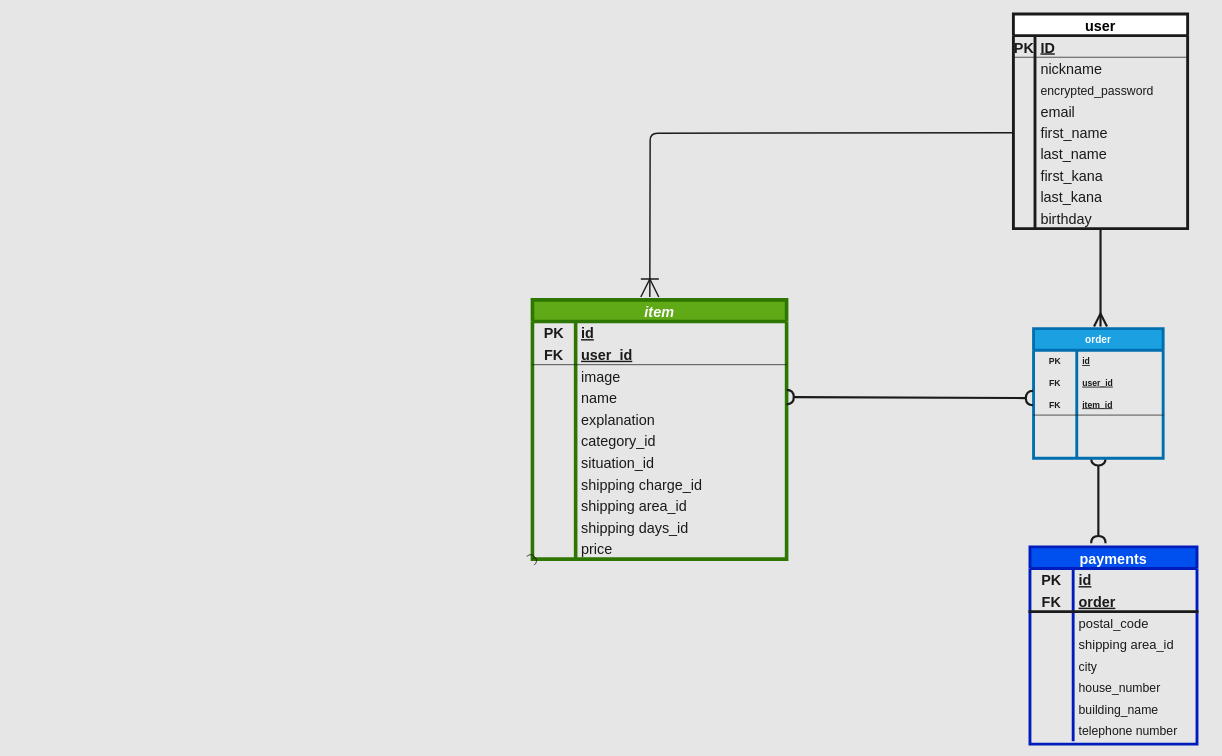
This is page "ページ1" (1 of 2) of furima.dio from mugiwararf/furima-38928, a draw.io file, before an edit. Source tidied: cells renumbered, new cells numbered last; positions are measured from the earlier drawing's top-left corner, leaving out a move shared by most shapes. Both pictures are drawn from the tidied source at 72%, with x=0, y=0 at pixel (532, 14).
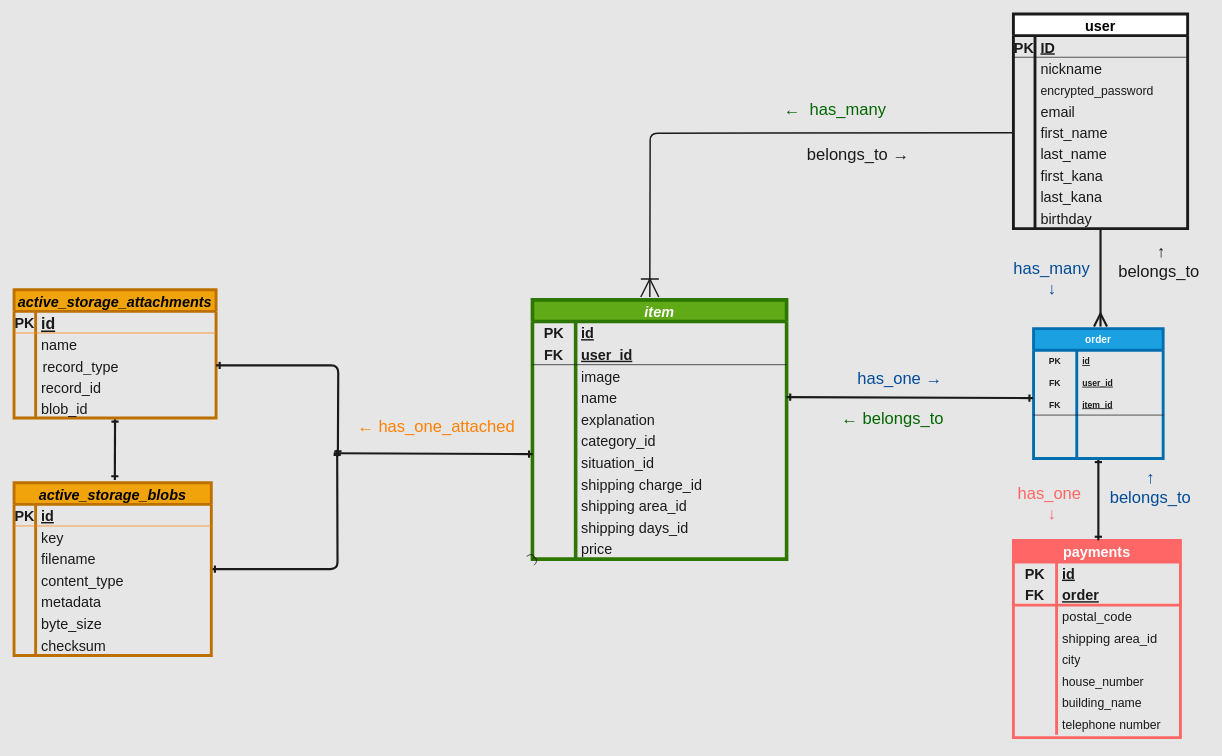
After the change.

Unchanged cells that the change refers to:
```xml
<mxCell id="41" style="shape=tableRow;horizontal=0;startSize=0;swimlaneHead=0;swimlaneBody=0;fillColor=none;points=[[0,0.5],[1,0.5]];portConstraint=eastwest;top=0;left=0;right=0;bottom=0;fontSize=20;" parent="31" vertex="1">
  <mxGeometry y="120" width="353" height="30" as="geometry" />
</mxCell>
<mxCell id="50" style="shape=tableRow;horizontal=0;startSize=0;swimlaneHead=0;swimlaneBody=0;fillColor=none;points=[[0,0.5],[1,0.5]];portConstraint=eastwest;top=0;left=0;right=0;bottom=0;fontSize=20;" parent="31" vertex="1">
  <mxGeometry y="210" width="353" height="30" as="geometry" />
</mxCell>
<mxCell id="100" style="shape=tableRow;horizontal=0;startSize=0;swimlaneHead=0;swimlaneBody=0;fillColor=none;points=[[0,0.5],[1,0.5]];portConstraint=eastwest;top=0;left=0;right=0;bottom=1;strokeColor=#1A1A1A;" parent="93" vertex="1">
  <mxGeometry y="90" width="180" height="30" as="geometry" />
</mxCell>
```

What changed in the source:
```diff
@@
-    <mxCell id="67" value="payments" style="shape=table;startSize=30;childLayout=tableLayout;rowLines=0;fontStyle=1;align=center;labelBackgroundColor=none;strokeColor=#001DBC;strokeWidth=4;fontSize=20;fontColor=#ffffff;fillColor=#0050ef;" parent="1" vertex="1">
-      <mxGeometry x="691" y="740" width="232" height="274" as="geometry" />
+    <mxCell id="67" value="payments" style="shape=table;startSize=30;childLayout=tableLayout;rowLines=0;fontStyle=1;align=center;labelBackgroundColor=none;strokeColor=#FF6666;strokeWidth=4;fontSize=20;fontColor=#ffffff;fillColor=#FF6666;" parent="1" vertex="1">
+      <mxGeometry x="668" y="731" width="232" height="274" as="geometry" />
     </mxCell>
@@
-    <mxCell id="71" style="shape=tableRow;horizontal=0;startSize=0;swimlaneHead=0;swimlaneBody=0;fillColor=none;top=0;left=0;right=0;bottom=1;labelBackgroundColor=none;strokeColor=#1A1A1A;strokeWidth=4;fontSize=20;fontColor=#1A1A1A;" parent="67" vertex="1">
+    <mxCell id="71" style="shape=tableRow;horizontal=0;startSize=0;swimlaneHead=0;swimlaneBody=0;fillColor=none;top=0;left=0;right=0;bottom=1;labelBackgroundColor=none;strokeColor=#FF6666;strokeWidth=4;fontSize=20;fontColor=#1A1A1A;" parent="67" vertex="1">
       <mxGeometry y="60" width="232" height="30" as="geometry" />
     </mxCell>
@@
-    <mxCell id="92" style="html=1;exitX=0.5;exitY=1;exitDx=0;exitDy=0;strokeColor=#1A1A1A;strokeWidth=3;fontSize=14;fontColor=#1A1A1A;endArrow=halfCircle;endFill=0;endSize=6;startArrow=halfCircle;startFill=0;startSize=6;" parent="1" edge="1" source="93">
-      <mxGeometry relative="1" as="geometry">
-        <mxPoint x="786" y="735" as="targetPoint" />
-      </mxGeometry>
-    </mxCell>
+    <mxCell id="110" style="edgeStyle=none;html=1;exitX=0.5;exitY=1;exitDx=0;exitDy=0;labelBorderColor=none;strokeColor=#1A1A1A;strokeWidth=3;fontSize=23;fontColor=#FF6666;startArrow=ERone;startFill=0;endArrow=ERone;endFill=0;elbow=vertical;" parent="1" edge="1" source="93">
+      <mxGeometry relative="1" as="geometry">
+        <mxPoint x="786" y="731" as="targetPoint" />
+      </mxGeometry>
+    </mxCell>
     <mxCell id="93" value="order" style="shape=table;startSize=30;childLayout=tableLayout;rowLines=0;fontStyle=1;align=center;fillColor=#1ba1e2;fontColor=#ffffff;strokeColor=#006EAF;strokeWidth=4;spacing=3;fontSize=14;" parent="1" vertex="1">
-      <mxGeometry x="696" y="437" width="180" height="180" as="geometry" />
+      <mxGeometry x="696" y="437" width="180" height="180.3" as="geometry" />
     </mxCell>
@@
-    <mxCell id="109" style="edgeStyle=none;html=1;exitX=1;exitY=0.5;exitDx=0;exitDy=0;entryX=-0.004;entryY=0.213;entryDx=0;entryDy=0;entryPerimeter=0;endArrow=halfCircle;endFill=0;endSize=6;strokeColor=#1A1A1A;targetPerimeterSpacing=6;strokeWidth=3;startArrow=halfCircle;startFill=0;" parent="1" edge="1" source="41" target="100">
+    <mxCell id="109" style="edgeStyle=none;html=1;exitX=1;exitY=0.5;exitDx=0;exitDy=0;entryX=-0.004;entryY=0.213;entryDx=0;entryDy=0;entryPerimeter=0;endArrow=ERone;endFill=0;endSize=6;strokeColor=#1A1A1A;targetPerimeterSpacing=6;strokeWidth=3;startArrow=ERone;startFill=0;" parent="1" edge="1" source="41" target="100">
       <mxGeometry relative="1" as="geometry" />
     </mxCell>
+    <mxCell id="111" style="edgeStyle=orthogonalEdgeStyle;html=1;exitX=1;exitY=0.5;exitDx=0;exitDy=0;labelBorderColor=none;strokeColor=#1A1A1A;strokeWidth=3;fontSize=23;fontColor=#004C99;startArrow=ERone;startFill=0;endArrow=ERone;endFill=0;elbow=vertical;" parent="1" edge="1" source="112">
+      <mxGeometry relative="1" as="geometry">
+        <mxPoint x="-271.2" y="607.4" as="targetPoint" />
+      </mxGeometry>
+    </mxCell>
+    <mxCell id="112" value="active_storage_blobs" style="shape=table;startSize=30;childLayout=tableLayout;rowLines=0;fontStyle=3;align=center;fontSize=20;fontColor=#000000;fillColor=#f0a30a;strokeColor=#BD7000;strokeWidth=4;" parent="1" vertex="1">
+      <mxGeometry x="-720" y="651" width="274" height="240" as="geometry" />
+    </mxCell>
+    <mxCell id="113" style="shape=tableRow;horizontal=0;startSize=0;swimlaneHead=0;swimlaneBody=0;fillColor=none;top=0;left=0;right=0;bottom=1;strokeColor=#FF8000;" parent="112" vertex="1">
+      <mxGeometry y="30" width="274" height="30" as="geometry" />
+    </mxCell>
+    <mxCell id="114" value="PK" style="shape=partialRectangle;fillColor=none;top=0;left=0;bottom=0;right=0;fontStyle=1;overflow=hidden;fontColor=#1A1A1A;fontSize=20;" parent="113" vertex="1">
+      <mxGeometry width="30" height="30" as="geometry" />
+    </mxCell>
+    <mxCell id="115" value="id" style="shape=partialRectangle;fillColor=none;top=0;left=0;bottom=0;right=0;align=left;spacingLeft=6;fontStyle=5;overflow=hidden;fontColor=#1A1A1A;fontSize=20;" parent="113" vertex="1">
+      <mxGeometry x="30" width="244" height="30" as="geometry" />
+    </mxCell>
+    <mxCell id="116" style="shape=tableRow;horizontal=0;startSize=0;swimlaneHead=0;swimlaneBody=0;fillColor=none;top=0;left=0;right=0;bottom=0;" parent="112" vertex="1">
+      <mxGeometry y="60" width="274" height="30" as="geometry" />
+    </mxCell>
+    <mxCell id="117" style="shape=partialRectangle;fillColor=none;top=0;left=0;bottom=0;right=0;overflow=hidden;" parent="116" vertex="1">
+      <mxGeometry width="30" height="30" as="geometry" />
+    </mxCell>
+    <mxCell id="118" value="key" style="shape=partialRectangle;fillColor=none;top=0;left=0;bottom=0;right=0;align=left;spacingLeft=6;overflow=hidden;fontColor=#1A1A1A;fontSize=20;" parent="116" vertex="1">
+      <mxGeometry x="30" width="244" height="30" as="geometry" />
+    </mxCell>
+    <mxCell id="119" style="shape=tableRow;horizontal=0;startSize=0;swimlaneHead=0;swimlaneBody=0;fillColor=none;top=0;left=0;right=0;bottom=0;" parent="112" vertex="1">
+      <mxGeometry y="90" width="274" height="30" as="geometry" />
+    </mxCell>
+    <mxCell id="120" style="shape=partialRectangle;fillColor=none;top=0;left=0;bottom=0;right=0;overflow=hidden;" parent="119" vertex="1">
+      <mxGeometry width="30" height="30" as="geometry" />
+    </mxCell>
+    <mxCell id="121" value="filename" style="shape=partialRectangle;fillColor=none;top=0;left=0;bottom=0;right=0;align=left;spacingLeft=6;overflow=hidden;fontColor=#1A1A1A;fontSize=20;" parent="119" vertex="1">
+      <mxGeometry x="30" width="244" height="30" as="geometry" />
+    </mxCell>
+    <mxCell id="122" style="shape=tableRow;horizontal=0;startSize=0;swimlaneHead=0;swimlaneBody=0;fillColor=none;top=0;left=0;right=0;bottom=0;" parent="112" vertex="1">
+      <mxGeometry y="120" width="274" height="30" as="geometry" />
+    </mxCell>
+    <mxCell id="123" style="shape=partialRectangle;fillColor=none;top=0;left=0;bottom=0;right=0;overflow=hidden;" parent="122" vertex="1">
+      <mxGeometry width="30" height="30" as="geometry" />
+    </mxCell>
+    <mxCell id="124" value="content_type" style="shape=partialRectangle;fillColor=none;top=0;left=0;bottom=0;right=0;align=left;spacingLeft=6;overflow=hidden;fontColor=#1A1A1A;fontSize=20;" parent="122" vertex="1">
+      <mxGeometry x="30" width="244" height="30" as="geometry" />
+    </mxCell>
+    <mxCell id="125" style="shape=tableRow;horizontal=0;startSize=0;swimlaneHead=0;swimlaneBody=0;fillColor=none;top=0;left=0;right=0;bottom=0;labelBackgroundColor=default;strokeColor=#FF8000;strokeWidth=4;fontSize=17;fontColor=#1A1A1A;" parent="112" vertex="1">
+      <mxGeometry y="150" width="274" height="30" as="geometry" />
+    </mxCell>
+    <mxCell id="126" style="shape=partialRectangle;fillColor=none;top=0;left=0;bottom=0;right=0;overflow=hidden;labelBackgroundColor=default;strokeColor=#FF8000;strokeWidth=4;fontSize=17;fontColor=#1A1A1A;" parent="125" vertex="1">
+      <mxGeometry width="30" height="30" as="geometry" />
+    </mxCell>
+    <mxCell id="127" value="metadata" style="shape=partialRectangle;fillColor=none;top=0;left=0;bottom=0;right=0;align=left;spacingLeft=6;overflow=hidden;labelBackgroundColor=none;strokeColor=#FF8000;strokeWidth=4;fontSize=20;fontColor=#1A1A1A;whiteSpace=wrap;" parent="125" vertex="1">
+      <mxGeometry x="30" width="244" height="30" as="geometry" />
+    </mxCell>
+    <mxCell id="128" style="shape=tableRow;horizontal=0;startSize=0;swimlaneHead=0;swimlaneBody=0;fillColor=none;top=0;left=0;right=0;bottom=0;labelBackgroundColor=default;strokeColor=#FF8000;strokeWidth=4;fontSize=17;fontColor=#1A1A1A;" parent="112" vertex="1">
+      <mxGeometry y="180" width="274" height="30" as="geometry" />
+    </mxCell>
+    <mxCell id="129" style="shape=partialRectangle;fillColor=none;top=0;left=0;bottom=0;right=0;overflow=hidden;labelBackgroundColor=default;strokeColor=#FF8000;strokeWidth=4;fontSize=17;fontColor=#1A1A1A;" parent="128" vertex="1">
+      <mxGeometry width="30" height="30" as="geometry" />
+    </mxCell>
+    <mxCell id="130" value="byte_size" style="shape=partialRectangle;fillColor=none;top=0;left=0;bottom=0;right=0;align=left;spacingLeft=6;overflow=hidden;labelBackgroundColor=none;strokeColor=#FF8000;strokeWidth=4;fontSize=20;fontColor=#1A1A1A;" parent="128" vertex="1">
+      <mxGeometry x="30" width="244" height="30" as="geometry" />
+    </mxCell>
+    <mxCell id="131" style="shape=tableRow;horizontal=0;startSize=0;swimlaneHead=0;swimlaneBody=0;fillColor=none;top=0;left=0;right=0;bottom=0;labelBackgroundColor=none;strokeColor=#FF8000;strokeWidth=4;fontSize=17;fontColor=#1A1A1A;" parent="112" vertex="1">
+      <mxGeometry y="210" width="274" height="30" as="geometry" />
+    </mxCell>
+    <mxCell id="132" style="shape=partialRectangle;fillColor=none;top=0;left=0;bottom=0;right=0;overflow=hidden;labelBackgroundColor=none;strokeColor=#FF8000;strokeWidth=4;fontSize=17;fontColor=#1A1A1A;" parent="131" vertex="1">
+      <mxGeometry width="30" height="30" as="geometry" />
+    </mxCell>
+    <mxCell id="133" value="checksum" style="shape=partialRectangle;fillColor=none;top=0;left=0;bottom=0;right=0;align=left;spacingLeft=6;overflow=hidden;labelBackgroundColor=none;strokeColor=#FF8000;strokeWidth=4;fontSize=20;fontColor=#1A1A1A;" parent="131" vertex="1">
+      <mxGeometry x="30" width="244" height="30" as="geometry" />
+    </mxCell>
+    <mxCell id="134" style="edgeStyle=none;html=1;exitX=0.5;exitY=1;exitDx=0;exitDy=0;labelBorderColor=none;strokeColor=#1A1A1A;strokeWidth=3;fontSize=23;fontColor=#004C99;startArrow=ERone;startFill=0;endArrow=ERone;endFill=0;elbow=vertical;" parent="1" edge="1" source="135">
+      <mxGeometry relative="1" as="geometry">
+        <mxPoint x="-580" y="647" as="targetPoint" />
+      </mxGeometry>
+    </mxCell>
+    <mxCell id="135" value="active_storage_attachments" style="shape=table;startSize=30;childLayout=tableLayout;rowLines=0;fontStyle=3;align=center;fillColor=#f0a30a;fontColor=#000000;strokeColor=#BD7000;strokeWidth=4;fontSize=20;" parent="1" vertex="1">
+      <mxGeometry x="-720" y="383" width="280.6" height="178" as="geometry" />
+    </mxCell>
+    <mxCell id="136" style="shape=tableRow;horizontal=0;startSize=0;swimlaneHead=0;swimlaneBody=0;fillColor=none;top=0;left=0;right=0;bottom=1;strokeColor=#FF8000;" parent="135" vertex="1">
+      <mxGeometry y="30" width="280.6" height="30" as="geometry" />
+    </mxCell>
+    <mxCell id="137" value="PK" style="shape=partialRectangle;fillColor=none;top=0;left=0;bottom=0;right=0;fontStyle=1;overflow=hidden;strokeColor=#1A1A1A;fontColor=#1A1A1A;fontSize=20;" parent="136" vertex="1">
+      <mxGeometry width="30" height="30" as="geometry" />
+    </mxCell>
+    <mxCell id="138" value="id" style="shape=partialRectangle;fillColor=none;top=0;left=0;bottom=0;right=0;align=left;spacingLeft=6;fontStyle=5;overflow=hidden;fontColor=#1A1A1A;strokeColor=#FF8000;fontSize=22;" parent="136" vertex="1">
+      <mxGeometry x="30" width="250.6" height="30" as="geometry" />
+    </mxCell>
+    <mxCell id="139" style="shape=tableRow;horizontal=0;startSize=0;swimlaneHead=0;swimlaneBody=0;fillColor=none;top=0;left=0;right=0;bottom=0;" parent="135" vertex="1">
+      <mxGeometry y="60" width="280.6" height="30" as="geometry" />
+    </mxCell>
+    <mxCell id="140" style="shape=partialRectangle;fillColor=none;top=0;left=0;bottom=0;right=0;overflow=hidden;" parent="139" vertex="1">
+      <mxGeometry width="30" height="30" as="geometry" />
+    </mxCell>
+    <mxCell id="141" value="name" style="shape=partialRectangle;fillColor=none;top=0;left=0;bottom=0;right=0;align=left;spacingLeft=6;overflow=hidden;fontColor=#1A1A1A;fontSize=20;perimeterSpacing=1;" parent="139" vertex="1">
+      <mxGeometry x="30" width="250.6" height="30" as="geometry" />
+    </mxCell>
+    <mxCell id="142" style="shape=tableRow;horizontal=0;startSize=0;swimlaneHead=0;swimlaneBody=0;fillColor=none;points=[[0,0.5],[1,0.5]];portConstraint=eastwest;top=0;left=0;right=0;bottom=0;" parent="135" vertex="1">
+      <mxGeometry y="90" width="280.6" height="30" as="geometry" />
+    </mxCell>
+    <mxCell id="143" style="shape=partialRectangle;fillColor=none;top=0;left=0;bottom=0;right=0;overflow=hidden;" parent="142" vertex="1">
+      <mxGeometry width="30" height="30" as="geometry" />
+    </mxCell>
+    <mxCell id="144" value="record_type" style="shape=partialRectangle;fillColor=none;top=0;left=0;bottom=0;right=0;align=left;spacingLeft=6;overflow=hidden;fontColor=#1A1A1A;fontSize=20;spacing=4;fontStyle=0;strokeWidth=9;" parent="142" vertex="1">
+      <mxGeometry x="30" width="250.6" height="30" as="geometry" />
+    </mxCell>
+    <mxCell id="145" style="shape=tableRow;horizontal=0;startSize=0;swimlaneHead=0;swimlaneBody=0;fillColor=none;top=0;left=0;right=0;bottom=0;" parent="135" vertex="1">
+      <mxGeometry y="120" width="280.6" height="30" as="geometry" />
+    </mxCell>
+    <mxCell id="146" style="shape=partialRectangle;fillColor=none;top=0;left=0;bottom=0;right=0;overflow=hidden;" parent="145" vertex="1">
+      <mxGeometry width="30" height="30" as="geometry" />
+    </mxCell>
+    <mxCell id="147" value="record_id" style="shape=partialRectangle;fillColor=none;top=0;left=0;bottom=0;right=0;align=left;spacingLeft=6;overflow=hidden;fontColor=#1A1A1A;fontSize=20;" parent="145" vertex="1">
+      <mxGeometry x="30" width="250.6" height="30" as="geometry" />
+    </mxCell>
+    <mxCell id="148" style="shape=tableRow;horizontal=0;startSize=0;swimlaneHead=0;swimlaneBody=0;fillColor=none;top=0;left=0;right=0;bottom=0;strokeColor=#FF8000;strokeWidth=4;fontSize=14;fontColor=#1A1A1A;" parent="135" vertex="1">
+      <mxGeometry y="150" width="280.6" height="28" as="geometry" />
+    </mxCell>
+    <mxCell id="149" style="shape=partialRectangle;fillColor=none;top=0;left=0;bottom=0;right=0;overflow=hidden;strokeColor=#FF8000;strokeWidth=4;fontSize=14;fontColor=#1A1A1A;" parent="148" vertex="1">
+      <mxGeometry width="30" height="28" as="geometry" />
+    </mxCell>
+    <mxCell id="150" value="blob_id" style="shape=partialRectangle;fillColor=none;top=0;left=0;bottom=0;right=0;align=left;spacingLeft=6;overflow=hidden;strokeColor=#FF8000;strokeWidth=4;fontSize=20;fontColor=#1A1A1A;" parent="148" vertex="1">
+      <mxGeometry x="30" width="250.6" height="28" as="geometry" />
+    </mxCell>
+    <mxCell id="151" style="html=1;labelBorderColor=none;strokeColor=#1A1A1A;strokeWidth=3;fontSize=20;fontColor=#1A1A1A;startArrow=ERone;startFill=0;endArrow=ERone;endFill=0;elbow=vertical;exitX=0.001;exitY=0.14;exitDx=0;exitDy=0;exitPerimeter=0;" parent="1" edge="1" source="50">
+      <mxGeometry relative="1" as="geometry">
+        <mxPoint x="-276" y="610" as="targetPoint" />
+      </mxGeometry>
+    </mxCell>
+    <mxCell id="152" value="&lt;font style=&quot;font-size: 23px;&quot; color=&quot;#006600&quot;&gt;←&amp;nbsp; has_many&lt;/font&gt;" style="text;html=1;align=center;verticalAlign=middle;strokeColor=none;fillColor=none;fontSize=20;fontColor=#1A1A1A;" parent="1" vertex="1">
+      <mxGeometry x="340" y="113" width="160" height="40" as="geometry" />
+    </mxCell>
+    <mxCell id="153" value="&lt;font style=&quot;font-size: 23px;&quot; color=&quot;#004c99&quot;&gt;has_many&lt;br&gt;↓&lt;/font&gt;" style="text;html=1;align=center;verticalAlign=middle;strokeColor=none;fillColor=none;fontSize=20;fontColor=#1A1A1A;" parent="1" vertex="1">
+      <mxGeometry x="659" y="334" width="124" height="67" as="geometry" />
+    </mxCell>
+    <mxCell id="154" value="&lt;font color=&quot;#1a1a1a&quot;&gt;belongs_to →&lt;/font&gt;" style="text;html=1;align=center;verticalAlign=middle;strokeColor=none;fillColor=none;fontSize=23;fontColor=#004C99;" parent="1" vertex="1">
+      <mxGeometry x="372" y="175" width="160" height="40" as="geometry" />
+    </mxCell>
+    <mxCell id="155" value="&lt;font color=&quot;#004c99&quot;&gt;has_one →&lt;/font&gt;" style="text;html=1;align=center;verticalAlign=middle;strokeColor=none;fillColor=none;fontSize=23;fontColor=#1A1A1A;" parent="1" vertex="1">
+      <mxGeometry x="442" y="487" width="136" height="40" as="geometry" />
+    </mxCell>
+    <mxCell id="156" value="&lt;div style=&quot;color: rgb(212, 212, 212); background-color: rgb(30, 30, 30); font-family: Menlo, Monaco, &amp;quot;Courier New&amp;quot;, monospace; font-size: 12px; line-height: 18px;&quot;&gt;&lt;br&gt;&lt;/div&gt;" style="text;html=1;align=center;verticalAlign=middle;strokeColor=none;fillColor=none;fontSize=23;fontColor=#004C99;" parent="1" vertex="1">
+      <mxGeometry x="-168" y="400" width="18" height="30" as="geometry" />
+    </mxCell>
+    <mxCell id="157" value="&lt;font color=&quot;#ff8000&quot;&gt;← has_one_attached&lt;/font&gt;" style="text;html=1;align=center;verticalAlign=middle;strokeColor=none;fillColor=none;fontSize=23;fontColor=#004C99;" parent="1" vertex="1">
+      <mxGeometry x="-253" y="553" width="237" height="40" as="geometry" />
+    </mxCell>
+    <mxCell id="158" style="edgeStyle=orthogonalEdgeStyle;html=1;exitX=1;exitY=0.5;exitDx=0;exitDy=0;labelBorderColor=none;strokeColor=#1A1A1A;strokeWidth=3;fontSize=23;fontColor=#004C99;startArrow=ERone;startFill=0;endArrow=ERone;endFill=0;elbow=vertical;" parent="1" edge="1" source="142">
+      <mxGeometry relative="1" as="geometry">
+        <mxPoint x="-270.2" y="612.4" as="targetPoint" />
+      </mxGeometry>
+    </mxCell>
+    <mxCell id="159" value="&lt;font color=&quot;#1a1a1a&quot;&gt;↑&lt;br&gt;belongs_to&amp;nbsp;&lt;br&gt;&lt;/font&gt;" style="text;html=1;align=center;verticalAlign=middle;strokeColor=none;fillColor=none;fontSize=23;fontColor=#FF8000;" parent="1" vertex="1">
+      <mxGeometry x="804" y="310" width="137" height="67" as="geometry" />
+    </mxCell>
+    <mxCell id="160" value="&lt;font color=&quot;#006600&quot;&gt;← belongs_to&lt;/font&gt;" style="text;html=1;align=center;verticalAlign=middle;strokeColor=none;fillColor=none;fontSize=23;fontColor=#1A1A1A;" parent="1" vertex="1">
+      <mxGeometry x="420" y="542" width="160" height="40" as="geometry" />
+    </mxCell>
+    <mxCell id="161" value="&lt;font color=&quot;#ff6666&quot;&gt;has_one&amp;nbsp;&lt;br&gt;↓&lt;/font&gt;" style="text;html=1;align=center;verticalAlign=middle;strokeColor=none;fillColor=none;fontSize=23;fontColor=#006600;" parent="1" vertex="1">
+      <mxGeometry x="664.5" y="646" width="113" height="67" as="geometry" />
+    </mxCell>
+    <mxCell id="162" value="&lt;font color=&quot;#004c99&quot;&gt;↑&lt;br&gt;belongs_to&lt;/font&gt;" style="text;html=1;align=center;verticalAlign=middle;strokeColor=none;fillColor=none;fontSize=23;fontColor=#FF6666;" parent="1" vertex="1">
+      <mxGeometry x="792" y="624" width="131" height="67" as="geometry" />
+    </mxCell>
```
